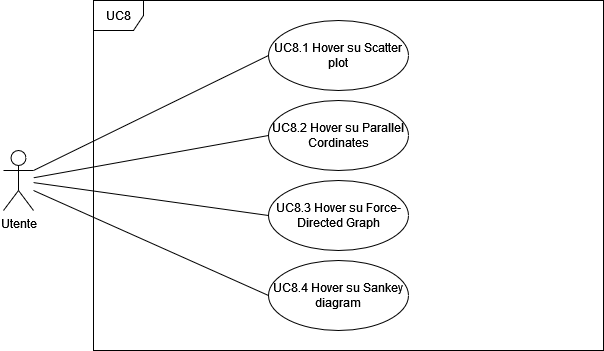
Before: assets/UC8-MouseHover.png, a diagram exported from draw.io (Club-Swendwich/Documenti). Source tidied: cells renumbered, new cells last; positions are measured from the earlier drawing's top-left corner, leaving out a move shared by most shapes. Source of this version:
```xml
<mxGraphModel>
  <root>
    <mxCell id="0" />
    <mxCell id="1" parent="0" />
    <mxCell id="2" value="UC8" style="shape=umlFrame;tabPosition=left;html=1;boundedLbl=1;labelInHeader=1;width=50;height=30;" parent="1" vertex="1">
      <mxGeometry x="90" width="510" height="350" as="geometry" />
    </mxCell>
    <mxCell id="3" value="Utente" style="shape=umlActor;html=1;verticalLabelPosition=bottom;verticalAlign=top;align=center;" parent="1" vertex="1">
      <mxGeometry y="150" width="30" height="60" as="geometry" />
    </mxCell>
    <mxCell id="4" style="rounded=0;jettySize=auto;html=1;exitX=0;exitY=0.5;exitDx=0;exitDy=0;entryX=1;entryY=0.3333333333333333;entryDx=0;entryDy=0;entryPerimeter=0;endArrow=none;endFill=0;" parent="1" edge="1" source="5" target="3">
      <mxGeometry relative="1" as="geometry" />
    </mxCell>
    <mxCell id="5" value="UC8.1 Hover su Scatter plot" style="ellipse;whiteSpace=wrap;html=1;" parent="1" vertex="1">
      <mxGeometry x="265" y="20" width="140" height="70" as="geometry" />
    </mxCell>
    <mxCell id="6" style="rounded=0;jettySize=auto;html=1;exitX=0;exitY=0.5;exitDx=0;exitDy=0;endArrow=none;endFill=0;" parent="1" edge="1" source="7" target="3">
      <mxGeometry relative="1" as="geometry" />
    </mxCell>
    <mxCell id="7" value="UC8.2 Hover su Parallel Cordinates" style="ellipse;whiteSpace=wrap;html=1;" parent="1" vertex="1">
      <mxGeometry x="265" y="100" width="140" height="70" as="geometry" />
    </mxCell>
    <mxCell id="8" style="edgeStyle=none;rounded=0;jettySize=auto;html=1;exitX=0;exitY=0.5;exitDx=0;exitDy=0;endArrow=none;endFill=0;" parent="1" edge="1" source="9" target="3">
      <mxGeometry relative="1" as="geometry" />
    </mxCell>
    <mxCell id="9" value="UC8.3 Hover su Force-Directed Graph" style="ellipse;whiteSpace=wrap;html=1;" parent="1" vertex="1">
      <mxGeometry x="265" y="180" width="140" height="70" as="geometry" />
    </mxCell>
    <mxCell id="10" style="edgeStyle=none;rounded=0;jettySize=auto;html=1;exitX=0;exitY=0.5;exitDx=0;exitDy=0;endArrow=none;endFill=0;" parent="1" edge="1" source="11">
      <mxGeometry relative="1" as="geometry">
        <mxPoint x="30" y="190" as="targetPoint" />
      </mxGeometry>
    </mxCell>
    <mxCell id="11" value="UC8.4 Hover su Sankey diagram" style="ellipse;whiteSpace=wrap;html=1;" parent="1" vertex="1">
      <mxGeometry x="265" y="260" width="140" height="70" as="geometry" />
    </mxCell>
  </root>
</mxGraphModel>
```
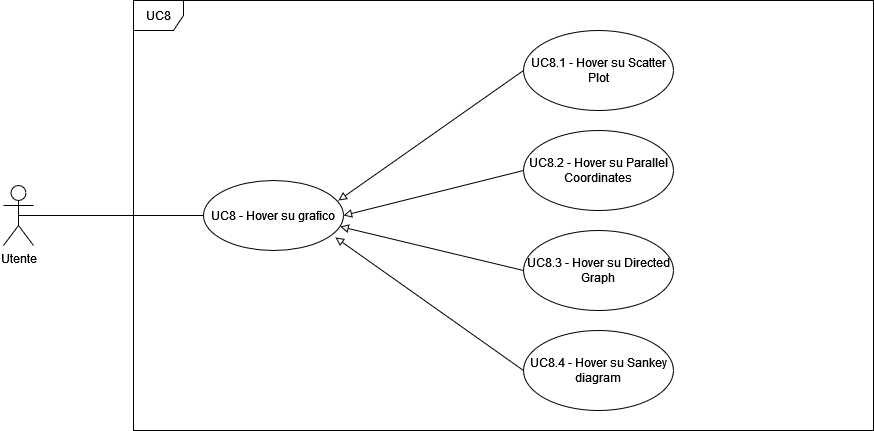
After the change.

What changed in the source:
```diff
@@ -3,36 +3,40 @@
     <mxCell id="0" />
     <mxCell id="1" parent="0" />
     <mxCell id="2" value="UC8" style="shape=umlFrame;tabPosition=left;html=1;boundedLbl=1;labelInHeader=1;width=50;height=30;" parent="1" vertex="1">
-      <mxGeometry x="90" width="510" height="350" as="geometry" />
+      <mxGeometry x="-430" y="30" width="740" height="430" as="geometry" />
     </mxCell>
+    <mxCell id="12" value="UC8 - Hover su grafico" style="ellipse;whiteSpace=wrap;html=1;" parent="2" vertex="1">
+      <mxGeometry x="70" y="180" width="140" height="70" as="geometry" />
+    </mxCell>
+    <mxCell id="13" style="rounded=0;jettySize=auto;html=1;exitX=0;exitY=0.5;exitDx=0;exitDy=0;entryX=0.964;entryY=0.286;entryDx=0;entryDy=0;entryPerimeter=0;endArrow=block;endFill=0;startArrow=none;startFill=0;strokeWidth=1;" parent="2" edge="1" source="14" target="12">
+      <mxGeometry relative="1" as="geometry" />
+    </mxCell>
+    <mxCell id="14" value="UC8.1 - Hover su Scatter Plot" style="ellipse;whiteSpace=wrap;html=1;" parent="2" vertex="1">
+      <mxGeometry x="390" y="30" width="150" height="80" as="geometry" />
+    </mxCell>
+    <mxCell id="15" style="edgeStyle=none;rounded=0;jettySize=auto;html=1;exitX=0;exitY=0.5;exitDx=0;exitDy=0;entryX=1;entryY=0.5;entryDx=0;entryDy=0;startArrow=none;startFill=0;endArrow=block;endFill=0;strokeWidth=1;" parent="2" edge="1" source="16" target="12">
+      <mxGeometry relative="1" as="geometry" />
+    </mxCell>
+    <mxCell id="16" value="UC8.2 - Hover su Parallel Coordinates" style="ellipse;whiteSpace=wrap;html=1;" parent="2" vertex="1">
+      <mxGeometry x="390" y="130" width="150" height="80" as="geometry" />
+    </mxCell>
+    <mxCell id="17" style="edgeStyle=none;rounded=0;jettySize=auto;html=1;exitX=0;exitY=0.5;exitDx=0;exitDy=0;startArrow=none;startFill=0;endArrow=block;endFill=0;strokeWidth=1;entryX=0.976;entryY=0.658;entryDx=0;entryDy=0;entryPerimeter=0;" parent="2" edge="1" source="18" target="12">
+      <mxGeometry relative="1" as="geometry" />
+    </mxCell>
+    <mxCell id="18" value="UC8.3 - Hover su Directed Graph" style="ellipse;whiteSpace=wrap;html=1;" parent="2" vertex="1">
+      <mxGeometry x="390" y="230" width="150" height="80" as="geometry" />
+    </mxCell>
+    <mxCell id="19" style="edgeStyle=none;rounded=0;jettySize=auto;html=1;exitX=0;exitY=0.5;exitDx=0;exitDy=0;startArrow=none;startFill=0;endArrow=block;endFill=0;strokeWidth=1;entryX=0.943;entryY=0.814;entryDx=0;entryDy=0;entryPerimeter=0;" parent="2" edge="1" source="20" target="12">
+      <mxGeometry relative="1" as="geometry" />
+    </mxCell>
+    <mxCell id="20" value="UC8.4 - Hover su Sankey diagram" style="ellipse;whiteSpace=wrap;html=1;" parent="2" vertex="1">
+      <mxGeometry x="390" y="330" width="150" height="80" as="geometry" />
+    </mxCell>
-    <mxCell id="3" value="Utente" style="shape=umlActor;html=1;verticalLabelPosition=bottom;verticalAlign=top;align=center;" parent="1" vertex="1">
-      <mxGeometry y="150" width="30" height="60" as="geometry" />
+    <mxCell id="3" value="&lt;div&gt;Utente&lt;/div&gt;" style="shape=umlActor;html=1;verticalLabelPosition=bottom;verticalAlign=top;align=center;" parent="1" vertex="1">
+      <mxGeometry x="-560" y="215" width="30" height="60" as="geometry" />
     </mxCell>
-    <mxCell id="4" style="rounded=0;jettySize=auto;html=1;exitX=0;exitY=0.5;exitDx=0;exitDy=0;entryX=1;entryY=0.3333333333333333;entryDx=0;entryDy=0;entryPerimeter=0;endArrow=none;endFill=0;" parent="1" edge="1" source="5" target="3">
-      <mxGeometry relative="1" as="geometry" />
-    </mxCell>
-    <mxCell id="5" value="UC8.1 Hover su Scatter plot" style="ellipse;whiteSpace=wrap;html=1;" parent="1" vertex="1">
-      <mxGeometry x="265" y="20" width="140" height="70" as="geometry" />
-    </mxCell>
-    <mxCell id="6" style="rounded=0;jettySize=auto;html=1;exitX=0;exitY=0.5;exitDx=0;exitDy=0;endArrow=none;endFill=0;" parent="1" edge="1" source="7" target="3">
-      <mxGeometry relative="1" as="geometry" />
-    </mxCell>
-    <mxCell id="7" value="UC8.2 Hover su Parallel Cordinates" style="ellipse;whiteSpace=wrap;html=1;" parent="1" vertex="1">
-      <mxGeometry x="265" y="100" width="140" height="70" as="geometry" />
-    </mxCell>
-    <mxCell id="8" style="edgeStyle=none;rounded=0;jettySize=auto;html=1;exitX=0;exitY=0.5;exitDx=0;exitDy=0;endArrow=none;endFill=0;" parent="1" edge="1" source="9" target="3">
-      <mxGeometry relative="1" as="geometry" />
-    </mxCell>
-    <mxCell id="9" value="UC8.3 Hover su Force-Directed Graph" style="ellipse;whiteSpace=wrap;html=1;" parent="1" vertex="1">
-      <mxGeometry x="265" y="180" width="140" height="70" as="geometry" />
-    </mxCell>
-    <mxCell id="10" style="edgeStyle=none;rounded=0;jettySize=auto;html=1;exitX=0;exitY=0.5;exitDx=0;exitDy=0;endArrow=none;endFill=0;" parent="1" edge="1" source="11">
-      <mxGeometry relative="1" as="geometry">
-        <mxPoint x="30" y="190" as="targetPoint" />
-      </mxGeometry>
-    </mxCell>
-    <mxCell id="11" value="UC8.4 Hover su Sankey diagram" style="ellipse;whiteSpace=wrap;html=1;" parent="1" vertex="1">
-      <mxGeometry x="265" y="260" width="140" height="70" as="geometry" />
-    </mxCell>
+    <mxCell id="21" style="edgeStyle=none;rounded=0;jettySize=auto;html=1;exitX=0;exitY=0.5;exitDx=0;exitDy=0;entryX=0.5;entryY=0.5;entryDx=0;entryDy=0;entryPerimeter=0;startArrow=none;startFill=0;endArrow=none;endFill=0;strokeWidth=1;" parent="1" edge="1" source="12" target="3">
+      <mxGeometry relative="1" as="geometry" />
+    </mxCell>
   </root>
 </mxGraphModel>
```
